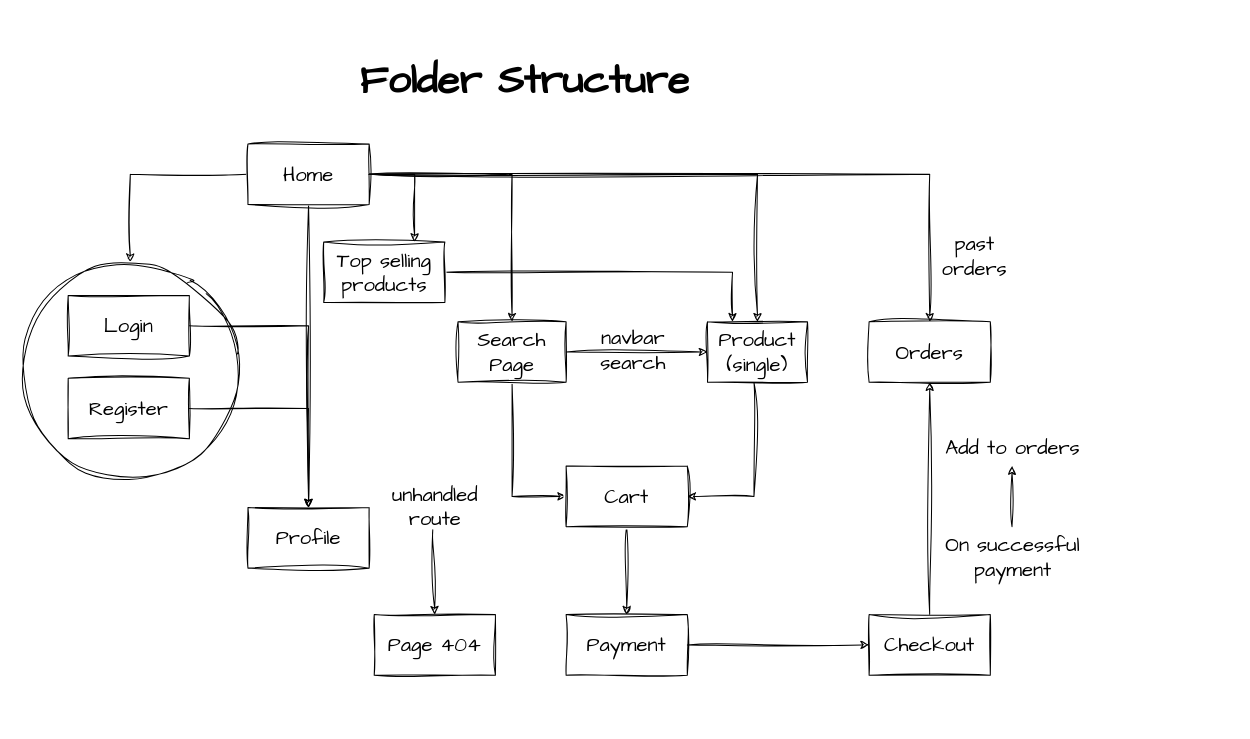
Before: Project__ThuderStore.drawio in prakharsaxena1/Thunder-Store, a draw.io diagram. Source tidied: cells renumbered, new cells numbered last; positions are measured from the earlier drawing's top-left corner, leaving out a move shared by most shapes. Both pictures are drawn from the tidied source at 101%, with x=0, y=0 at pixel (21, 40).
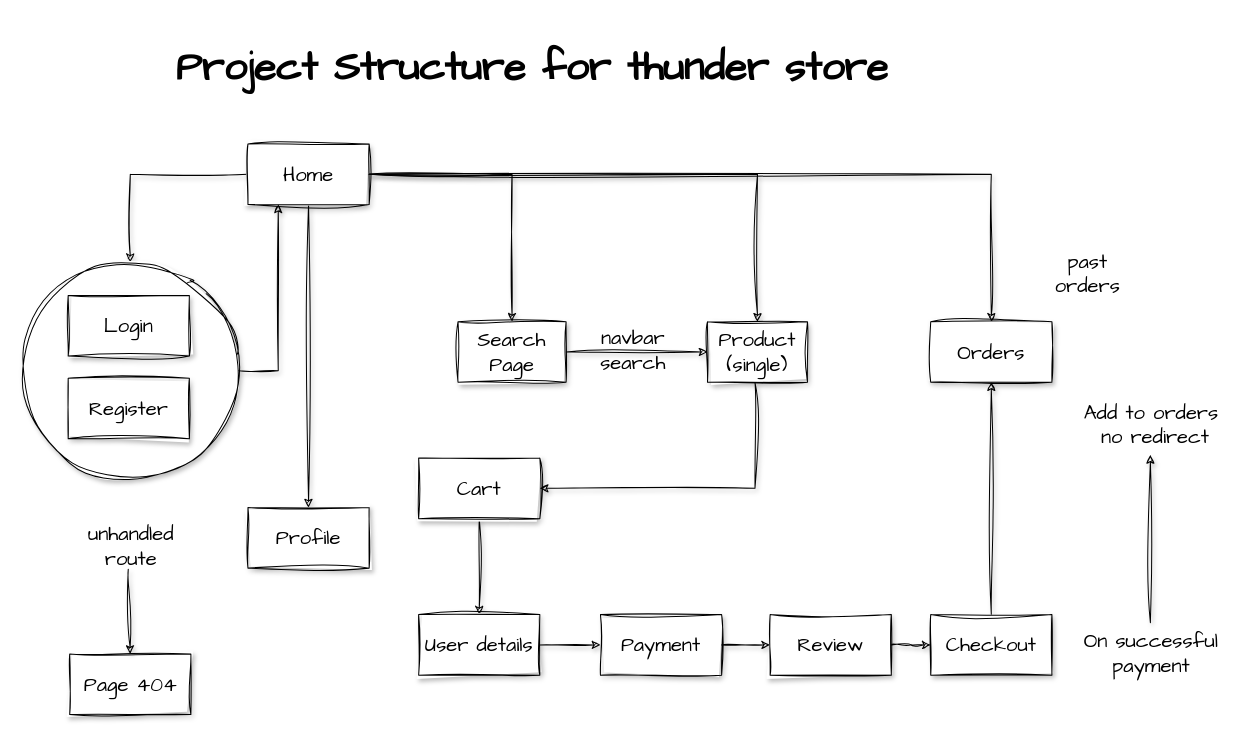
The same page after the edit.

What changed in the source:
```diff
@@
-    <mxCell id="2" value="&lt;h1&gt;Folder Structure&lt;/h1&gt;" style="text;html=1;strokeColor=none;fillColor=none;spacing=5;spacingTop=-20;whiteSpace=wrap;overflow=hidden;rounded=0;fontSize=20;fontFamily=Architects Daughter;" parent="1" vertex="1">
-      <mxGeometry x="330" width="353" height="71" as="geometry" />
+    <mxCell id="2" value="&lt;h1&gt;Project Structure for thunder store&lt;/h1&gt;" style="text;html=1;strokeColor=none;fillColor=none;spacing=5;spacingTop=-20;whiteSpace=wrap;overflow=hidden;rounded=0;fontSize=20;fontFamily=Architects Daughter;sketch=1;curveFitting=1;jiggle=2;shadow=1;" parent="1" vertex="1">
+      <mxGeometry x="148" y="-13" width="749" height="71" as="geometry" />
     </mxCell>
-    <mxCell id="3" style="edgeStyle=orthogonalEdgeStyle;rounded=0;sketch=1;hachureGap=4;jiggle=2;curveFitting=1;jettySize=auto;html=1;fontFamily=Architects Daughter;fontSize=16;" parent="1" edge="1" source="9" target="21">
+    <mxCell id="3" style="edgeStyle=orthogonalEdgeStyle;rounded=0;sketch=1;hachureGap=4;jiggle=2;curveFitting=1;jettySize=auto;html=1;fontFamily=Architects Daughter;fontSize=16;shadow=1;" parent="1" edge="1" source="9" target="21">
       <mxGeometry relative="1" as="geometry" />
     </mxCell>
-    <mxCell id="4" style="edgeStyle=orthogonalEdgeStyle;rounded=0;sketch=1;hachureGap=4;jiggle=2;curveFitting=1;jettySize=auto;html=1;fontFamily=Architects Daughter;fontSize=16;" parent="1" edge="1" source="9" target="15">
+    <mxCell id="4" style="edgeStyle=orthogonalEdgeStyle;rounded=0;sketch=1;hachureGap=4;jiggle=2;curveFitting=1;jettySize=auto;html=1;fontFamily=Architects Daughter;fontSize=16;shadow=1;" parent="1" edge="1" source="9" target="15">
       <mxGeometry relative="1" as="geometry" />
     </mxCell>
-    <mxCell id="5" style="edgeStyle=orthogonalEdgeStyle;rounded=0;sketch=1;hachureGap=4;jiggle=2;curveFitting=1;jettySize=auto;html=1;fontFamily=Architects Daughter;fontSize=16;" parent="1" edge="1" source="9" target="11">
+    <mxCell id="5" style="edgeStyle=orthogonalEdgeStyle;rounded=0;sketch=1;hachureGap=4;jiggle=2;curveFitting=1;jettySize=auto;html=1;fontFamily=Architects Daughter;fontSize=16;shadow=1;" parent="1" edge="1" source="9" target="11">
       <mxGeometry relative="1" as="geometry" />
     </mxCell>
-    <mxCell id="6" style="edgeStyle=orthogonalEdgeStyle;rounded=0;sketch=1;hachureGap=4;jiggle=2;curveFitting=1;jettySize=auto;html=1;fontFamily=Architects Daughter;fontSize=16;" parent="1" edge="1" source="9" target="18">
+    <mxCell id="6" style="edgeStyle=orthogonalEdgeStyle;rounded=0;sketch=1;hachureGap=4;jiggle=2;curveFitting=1;jettySize=auto;html=1;fontFamily=Architects Daughter;fontSize=16;shadow=1;" parent="1" edge="1" source="9" target="18">
       <mxGeometry relative="1" as="geometry" />
     </mxCell>
-    <mxCell id="7" style="edgeStyle=orthogonalEdgeStyle;rounded=0;sketch=1;hachureGap=4;jiggle=2;curveFitting=1;jettySize=auto;html=1;fontFamily=Architects Daughter;fontSize=16;" parent="1" edge="1" source="9" target="12">
+    <mxCell id="7" style="edgeStyle=orthogonalEdgeStyle;rounded=0;sketch=1;hachureGap=4;jiggle=2;curveFitting=1;jettySize=auto;html=1;fontFamily=Architects Daughter;fontSize=16;shadow=1;" parent="1" edge="1" source="9" target="12">
       <mxGeometry relative="1" as="geometry" />
     </mxCell>
-    <mxCell id="8" style="edgeStyle=orthogonalEdgeStyle;rounded=0;sketch=1;hachureGap=4;jiggle=2;curveFitting=1;jettySize=auto;html=1;fontFamily=Architects Daughter;fontSize=16;entryX=0.75;entryY=0;entryDx=0;entryDy=0;" parent="1" edge="1" source="9" target="36">
-      <mxGeometry relative="1" as="geometry">
-        <Array as="points">
-          <mxPoint x="389" y="132" />
-        </Array>
-      </mxGeometry>
-    </mxCell>
-    <mxCell id="9" value="Home" style="rounded=0;whiteSpace=wrap;html=1;sketch=1;hachureGap=4;jiggle=2;curveFitting=1;fontFamily=Architects Daughter;fontSize=20;" parent="1" vertex="1">
+    <mxCell id="9" value="Home" style="rounded=0;whiteSpace=wrap;html=1;sketch=1;hachureGap=4;jiggle=2;curveFitting=1;fontFamily=Architects Daughter;fontSize=20;shadow=1;" parent="1" vertex="1">
       <mxGeometry x="224" y="102" width="120" height="60" as="geometry" />
     </mxCell>
-    <mxCell id="10" style="edgeStyle=orthogonalEdgeStyle;rounded=0;sketch=1;hachureGap=4;jiggle=2;curveFitting=1;jettySize=auto;html=1;entryX=1;entryY=0.5;entryDx=0;entryDy=0;fontFamily=Architects Daughter;fontSize=16;" parent="1" edge="1" source="11" target="17">
+    <mxCell id="10" style="edgeStyle=orthogonalEdgeStyle;rounded=0;jettySize=auto;html=1;entryX=1;entryY=0.5;entryDx=0;entryDy=0;sketch=1;curveFitting=1;jiggle=2;shadow=1;" parent="1" edge="1" source="11" target="17">
       <mxGeometry relative="1" as="geometry">
         <Array as="points">
-          <mxPoint x="725" y="451" />
+          <mxPoint x="726" y="443" />
         </Array>
       </mxGeometry>
     </mxCell>
-    <mxCell id="11" value="Product (single)" style="rounded=0;whiteSpace=wrap;html=1;sketch=1;hachureGap=4;jiggle=2;curveFitting=1;fontFamily=Architects Daughter;fontSize=20;" parent="1" vertex="1">
+    <mxCell id="11" value="Product (single)" style="rounded=0;whiteSpace=wrap;html=1;sketch=1;hachureGap=4;jiggle=2;curveFitting=1;fontFamily=Architects Daughter;fontSize=20;shadow=1;" parent="1" vertex="1">
       <mxGeometry x="679" y="278" width="99" height="60" as="geometry" />
     </mxCell>
-    <mxCell id="12" value="Profile" style="rounded=0;whiteSpace=wrap;html=1;sketch=1;hachureGap=4;jiggle=2;curveFitting=1;fontFamily=Architects Daughter;fontSize=20;" parent="1" vertex="1">
+    <mxCell id="12" value="Profile" style="rounded=0;whiteSpace=wrap;html=1;sketch=1;hachureGap=4;jiggle=2;curveFitting=1;fontFamily=Architects Daughter;fontSize=20;shadow=1;" parent="1" vertex="1">
       <mxGeometry x="224" y="462" width="120" height="60" as="geometry" />
     </mxCell>
-    <mxCell id="13" style="edgeStyle=orthogonalEdgeStyle;rounded=0;sketch=1;hachureGap=4;jiggle=2;curveFitting=1;jettySize=auto;html=1;fontFamily=Architects Daughter;fontSize=16;" parent="1" edge="1" source="15" target="11">
+    <mxCell id="13" style="edgeStyle=orthogonalEdgeStyle;rounded=0;sketch=1;hachureGap=4;jiggle=2;curveFitting=1;jettySize=auto;html=1;fontFamily=Architects Daughter;fontSize=16;shadow=1;" parent="1" edge="1" source="15" target="11">
       <mxGeometry relative="1" as="geometry" />
     </mxCell>
-    <mxCell id="14" style="edgeStyle=orthogonalEdgeStyle;rounded=0;sketch=1;hachureGap=4;jiggle=2;curveFitting=1;jettySize=auto;html=1;entryX=0;entryY=0.5;entryDx=0;entryDy=0;fontFamily=Architects Daughter;fontSize=16;" parent="1" edge="1" source="15" target="17">
-      <mxGeometry relative="1" as="geometry" />
-    </mxCell>
-    <mxCell id="15" value="Search Page" style="rounded=0;whiteSpace=wrap;html=1;sketch=1;hachureGap=4;jiggle=2;curveFitting=1;fontFamily=Architects Daughter;fontSize=20;" parent="1" vertex="1">
+    <mxCell id="15" value="Search Page" style="rounded=0;whiteSpace=wrap;html=1;sketch=1;hachureGap=4;jiggle=2;curveFitting=1;fontFamily=Architects Daughter;fontSize=20;shadow=1;" parent="1" vertex="1">
       <mxGeometry x="432" y="278" width="107" height="60" as="geometry" />
     </mxCell>
-    <mxCell id="16" style="edgeStyle=orthogonalEdgeStyle;rounded=0;sketch=1;hachureGap=4;jiggle=2;curveFitting=1;jettySize=auto;html=1;fontFamily=Architects Daughter;fontSize=16;" parent="1" edge="1" source="17" target="29">
-      <mxGeometry relative="1" as="geometry" />
-    </mxCell>
+    <mxCell id="39" style="edgeStyle=orthogonalEdgeStyle;rounded=0;jettySize=auto;html=1;entryX=0.5;entryY=0;entryDx=0;entryDy=0;sketch=1;curveFitting=1;jiggle=2;shadow=1;" parent="1" edge="1" source="17" target="43">
+      <mxGeometry relative="1" as="geometry" />
+    </mxCell>
-    <mxCell id="17" value="Cart" style="rounded=0;whiteSpace=wrap;html=1;sketch=1;hachureGap=4;jiggle=2;curveFitting=1;fontFamily=Architects Daughter;fontSize=20;" parent="1" vertex="1">
-      <mxGeometry x="539" y="421" width="120" height="60" as="geometry" />
+    <mxCell id="17" value="Cart" style="rounded=0;whiteSpace=wrap;html=1;sketch=1;hachureGap=4;jiggle=2;curveFitting=1;fontFamily=Architects Daughter;fontSize=20;shadow=1;" parent="1" vertex="1">
+      <mxGeometry x="393" y="413" width="120" height="60" as="geometry" />
     </mxCell>
-    <mxCell id="18" value="Orders" style="rounded=0;whiteSpace=wrap;html=1;sketch=1;hachureGap=4;jiggle=2;curveFitting=1;fontFamily=Architects Daughter;fontSize=20;" parent="1" vertex="1">
-      <mxGeometry x="839" y="278" width="120" height="60" as="geometry" />
+    <mxCell id="18" value="Orders" style="rounded=0;whiteSpace=wrap;html=1;sketch=1;hachureGap=4;jiggle=2;curveFitting=1;fontFamily=Architects Daughter;fontSize=20;shadow=1;" parent="1" vertex="1">
+      <mxGeometry x="900" y="278" width="120" height="60" as="geometry" />
     </mxCell>
-    <mxCell id="19" value="Page 404" style="rounded=0;whiteSpace=wrap;html=1;sketch=1;hachureGap=4;jiggle=2;curveFitting=1;fontFamily=Architects Daughter;fontSize=20;" parent="1" vertex="1">
-      <mxGeometry x="349" y="568" width="120" height="60" as="geometry" />
+    <mxCell id="19" value="Page 404" style="rounded=0;whiteSpace=wrap;html=1;sketch=1;hachureGap=4;jiggle=2;curveFitting=1;fontFamily=Architects Daughter;fontSize=20;shadow=1;" parent="1" vertex="1">
+      <mxGeometry x="47.5" y="607" width="120" height="60" as="geometry" />
     </mxCell>
-    <mxCell id="20" style="group;" parent="1" vertex="1">
+    <mxCell id="20" style="group;sketch=1;curveFitting=1;jiggle=2;shadow=1;" parent="1" vertex="1">
       <mxGeometry y="219" width="215" height="215" as="geometry" />
     </mxCell>
-    <mxCell id="21" style="ellipse;whiteSpace=wrap;html=1;sketch=1;hachureGap=4;jiggle=2;curveFitting=1;fontFamily=Architects Daughter;fontSize=20;fillColor=default;" parent="20" vertex="1">
+    <mxCell id="21" style="ellipse;whiteSpace=wrap;html=1;sketch=1;hachureGap=4;jiggle=2;curveFitting=1;fontFamily=Architects Daughter;fontSize=20;fillColor=default;shadow=1;" parent="20" vertex="1">
       <mxGeometry width="215" height="215" as="geometry" />
     </mxCell>
-    <mxCell id="22" value="Login" style="rounded=0;whiteSpace=wrap;html=1;sketch=1;hachureGap=4;jiggle=2;curveFitting=1;fontFamily=Architects Daughter;fontSize=20;fillColor=default;" parent="20" vertex="1">
+    <mxCell id="22" value="Login" style="rounded=0;whiteSpace=wrap;html=1;sketch=1;hachureGap=4;jiggle=2;curveFitting=1;fontFamily=Architects Daughter;fontSize=20;fillColor=default;shadow=1;" parent="20" vertex="1">
       <mxGeometry x="46" y="33" width="120" height="60" as="geometry" />
     </mxCell>
-    <mxCell id="23" value="Register" style="rounded=0;whiteSpace=wrap;html=1;sketch=1;hachureGap=4;jiggle=2;curveFitting=1;fontFamily=Architects Daughter;fontSize=20;fillColor=default;" parent="20" vertex="1">
+    <mxCell id="23" value="Register" style="rounded=0;whiteSpace=wrap;html=1;sketch=1;hachureGap=4;jiggle=2;curveFitting=1;fontFamily=Architects Daughter;fontSize=20;fillColor=default;shadow=1;" parent="20" vertex="1">
       <mxGeometry x="46" y="115" width="120" height="60" as="geometry" />
     </mxCell>
-    <mxCell id="24" value="navbar &lt;br&gt;search" style="text;html=1;align=center;verticalAlign=middle;strokeColor=none;fillColor=none;fontSize=20;fontFamily=Architects Daughter;" parent="1" vertex="1">
+    <mxCell id="24" value="navbar &lt;br&gt;search" style="text;html=1;align=center;verticalAlign=middle;strokeColor=none;fillColor=none;fontSize=20;fontFamily=Architects Daughter;sketch=1;curveFitting=1;jiggle=2;shadow=1;" parent="1" vertex="1">
       <mxGeometry x="563" y="276" width="83" height="60" as="geometry" />
     </mxCell>
-    <mxCell id="25" style="edgeStyle=orthogonalEdgeStyle;rounded=0;sketch=1;hachureGap=4;jiggle=2;curveFitting=1;jettySize=auto;html=1;entryX=0.5;entryY=0;entryDx=0;entryDy=0;fontFamily=Architects Daughter;fontSize=16;" parent="1" edge="1" source="22" target="12">
-      <mxGeometry relative="1" as="geometry" />
-    </mxCell>
-    <mxCell id="26" style="edgeStyle=orthogonalEdgeStyle;rounded=0;sketch=1;hachureGap=4;jiggle=2;curveFitting=1;jettySize=auto;html=1;fontFamily=Architects Daughter;fontSize=16;" parent="1" edge="1" source="23" target="12">
-      <mxGeometry relative="1" as="geometry" />
-    </mxCell>
-    <mxCell id="27" value="past &lt;br&gt;orders" style="text;html=1;align=center;verticalAlign=middle;strokeColor=none;fillColor=none;fontSize=20;fontFamily=Architects Daughter;" parent="1" vertex="1">
-      <mxGeometry x="902" y="183" width="82" height="60" as="geometry" />
+    <mxCell id="27" value="past &lt;br&gt;orders" style="text;html=1;align=center;verticalAlign=middle;strokeColor=none;fillColor=none;fontSize=20;fontFamily=Architects Daughter;sketch=1;curveFitting=1;jiggle=2;shadow=1;" parent="1" vertex="1">
+      <mxGeometry x="1013.5" y="200" width="82" height="60" as="geometry" />
     </mxCell>
-    <mxCell id="28" style="edgeStyle=orthogonalEdgeStyle;rounded=0;sketch=1;hachureGap=4;jiggle=2;curveFitting=1;jettySize=auto;html=1;fontFamily=Architects Daughter;fontSize=16;" parent="1" edge="1" source="29" target="31">
-      <mxGeometry relative="1" as="geometry" />
-    </mxCell>
+    <mxCell id="40" style="edgeStyle=orthogonalEdgeStyle;rounded=0;jettySize=auto;html=1;sketch=1;curveFitting=1;jiggle=2;shadow=1;" parent="1" edge="1" source="29" target="45">
+      <mxGeometry relative="1" as="geometry" />
+    </mxCell>
-    <mxCell id="29" value="Payment" style="rounded=0;whiteSpace=wrap;html=1;sketch=1;hachureGap=4;jiggle=2;curveFitting=1;fontFamily=Architects Daughter;fontSize=20;" parent="1" vertex="1">
-      <mxGeometry x="539" y="568" width="120" height="60" as="geometry" />
+    <mxCell id="29" value="Payment" style="rounded=0;whiteSpace=wrap;html=1;sketch=1;hachureGap=4;jiggle=2;curveFitting=1;fontFamily=Architects Daughter;fontSize=20;shadow=1;" parent="1" vertex="1">
+      <mxGeometry x="573" y="568" width="120" height="60" as="geometry" />
     </mxCell>
-    <mxCell id="30" style="edgeStyle=orthogonalEdgeStyle;rounded=0;sketch=1;hachureGap=4;jiggle=2;curveFitting=1;jettySize=auto;html=1;entryX=0.5;entryY=1;entryDx=0;entryDy=0;fontFamily=Architects Daughter;fontSize=16;" parent="1" edge="1" source="31" target="18">
+    <mxCell id="30" style="edgeStyle=orthogonalEdgeStyle;rounded=0;sketch=1;hachureGap=4;jiggle=2;curveFitting=1;jettySize=auto;html=1;entryX=0.5;entryY=1;entryDx=0;entryDy=0;fontFamily=Architects Daughter;fontSize=16;shadow=1;" parent="1" edge="1" source="31" target="18">
       <mxGeometry relative="1" as="geometry" />
     </mxCell>
-    <mxCell id="31" value="Checkout" style="whiteSpace=wrap;html=1;sketch=1;hachureGap=4;jiggle=2;curveFitting=1;fontFamily=Architects Daughter;fontSize=20;" parent="1" vertex="1">
-      <mxGeometry x="839" y="568" width="120" height="60" as="geometry" />
+    <mxCell id="31" value="Checkout" style="whiteSpace=wrap;html=1;sketch=1;hachureGap=4;jiggle=2;curveFitting=1;fontFamily=Architects Daughter;fontSize=20;shadow=1;" parent="1" vertex="1">
+      <mxGeometry x="900" y="568" width="120" height="60" as="geometry" />
     </mxCell>
-    <mxCell id="32" style="edgeStyle=orthogonalEdgeStyle;rounded=0;sketch=1;hachureGap=4;jiggle=2;curveFitting=1;jettySize=auto;html=1;fontFamily=Architects Daughter;fontSize=16;" parent="1" edge="1" source="33" target="34">
+    <mxCell id="32" style="edgeStyle=orthogonalEdgeStyle;rounded=0;sketch=1;hachureGap=4;jiggle=2;curveFitting=1;jettySize=auto;html=1;fontFamily=Architects Daughter;fontSize=16;shadow=1;" parent="1" edge="1" source="33" target="34">
       <mxGeometry relative="1" as="geometry" />
     </mxCell>
-    <mxCell id="33" value="On successful &lt;br&gt;payment" style="text;html=1;align=center;verticalAlign=middle;points=[];strokeColor=none;fillColor=none;fontSize=20;fontFamily=Architects Daughter;" parent="1" vertex="1">
-      <mxGeometry x="905" y="481" width="151" height="60" as="geometry" />
+    <mxCell id="33" value="On successful &lt;br&gt;payment" style="text;html=1;align=center;verticalAlign=middle;points=[];strokeColor=none;fillColor=none;fontSize=20;fontFamily=Architects Daughter;sketch=1;curveFitting=1;jiggle=2;shadow=1;" parent="1" vertex="1">
+      <mxGeometry x="1042" y="576" width="151" height="60" as="geometry" />
     </mxCell>
-    <mxCell id="34" value="Add to orders" style="text;html=1;align=center;verticalAlign=middle;points=[];strokeColor=none;fillColor=none;fontSize=20;fontFamily=Architects Daughter;" parent="1" vertex="1">
-      <mxGeometry x="905" y="385" width="151" height="36" as="geometry" />
+    <mxCell id="34" value="Add to orders&lt;br&gt;&amp;nbsp;no redirect" style="text;html=1;align=center;verticalAlign=middle;points=[];strokeColor=none;fillColor=none;fontSize=20;fontFamily=Architects Daughter;sketch=1;curveFitting=1;jiggle=2;shadow=1;" parent="1" vertex="1">
+      <mxGeometry x="1042" y="350" width="151" height="60" as="geometry" />
     </mxCell>
-    <mxCell id="35" style="edgeStyle=orthogonalEdgeStyle;rounded=0;sketch=1;hachureGap=4;jiggle=2;curveFitting=1;jettySize=auto;html=1;entryX=0.25;entryY=0;entryDx=0;entryDy=0;fontFamily=Architects Daughter;fontSize=16;" parent="1" edge="1" source="36" target="11">
-      <mxGeometry relative="1" as="geometry" />
-    </mxCell>
-    <mxCell id="36" value="Top selling products" style="whiteSpace=wrap;html=1;sketch=1;hachureGap=4;jiggle=2;curveFitting=1;fontFamily=Architects Daughter;fontSize=20;" parent="1" vertex="1">
-      <mxGeometry x="299" y="199" width="120" height="60" as="geometry" />
-    </mxCell>
-    <mxCell id="37" style="endArrow=classic;html=1;rounded=0;sketch=1;hachureGap=4;jiggle=2;curveFitting=1;fontFamily=Architects Daughter;fontSize=16;entryX=0.5;entryY=0;entryDx=0;entryDy=0;" parent="1" edge="1" target="19">
+    <mxCell id="37" style="endArrow=classic;html=1;rounded=0;sketch=1;hachureGap=4;jiggle=2;curveFitting=1;fontFamily=Architects Daughter;fontSize=16;entryX=0.5;entryY=0;entryDx=0;entryDy=0;shadow=1;" parent="1" edge="1" target="19">
       <mxGeometry relative="1" as="geometry">
-        <mxPoint x="407" y="484" as="sourcePoint" />
+        <mxPoint x="105.5" y="523" as="sourcePoint" />
       </mxGeometry>
     </mxCell>
-    <mxCell id="38" value="unhandled&lt;br&gt;route" style="text;html=1;align=center;verticalAlign=middle;strokeColor=none;fillColor=none;fontSize=20;fontFamily=Architects Daughter;" parent="1" vertex="1">
-      <mxGeometry x="357.5" y="431" width="103" height="60" as="geometry" />
+    <mxCell id="38" value="unhandled&lt;br&gt;route" style="text;html=1;align=center;verticalAlign=middle;strokeColor=none;fillColor=none;fontSize=20;fontFamily=Architects Daughter;sketch=1;curveFitting=1;jiggle=2;shadow=1;" parent="1" vertex="1">
+      <mxGeometry x="56" y="470" width="103" height="60" as="geometry" />
     </mxCell>
+    <mxCell id="41" style="edgeStyle=orthogonalEdgeStyle;rounded=0;jettySize=auto;html=1;entryX=0.25;entryY=1;entryDx=0;entryDy=0;sketch=1;curveFitting=1;jiggle=2;shadow=1;" parent="1" edge="1" source="21" target="9">
+      <mxGeometry relative="1" as="geometry" />
+    </mxCell>
+    <mxCell id="42" style="edgeStyle=orthogonalEdgeStyle;rounded=0;jettySize=auto;html=1;sketch=1;curveFitting=1;jiggle=2;shadow=1;" parent="1" edge="1" source="43" target="29">
+      <mxGeometry relative="1" as="geometry" />
+    </mxCell>
+    <mxCell id="43" value="User details" style="rounded=0;whiteSpace=wrap;html=1;sketch=1;hachureGap=4;jiggle=2;curveFitting=1;fontFamily=Architects Daughter;fontSize=20;shadow=1;" parent="1" vertex="1">
+      <mxGeometry x="393" y="568" width="120" height="60" as="geometry" />
+    </mxCell>
+    <mxCell id="44" style="edgeStyle=orthogonalEdgeStyle;rounded=0;jettySize=auto;html=1;sketch=1;curveFitting=1;jiggle=2;shadow=1;" parent="1" edge="1" source="45" target="31">
+      <mxGeometry relative="1" as="geometry" />
+    </mxCell>
+    <mxCell id="45" value="Review" style="rounded=0;whiteSpace=wrap;html=1;sketch=1;hachureGap=4;jiggle=2;curveFitting=1;fontFamily=Architects Daughter;fontSize=20;shadow=1;" parent="1" vertex="1">
+      <mxGeometry x="741" y="568" width="120" height="60" as="geometry" />
+    </mxCell>
```
